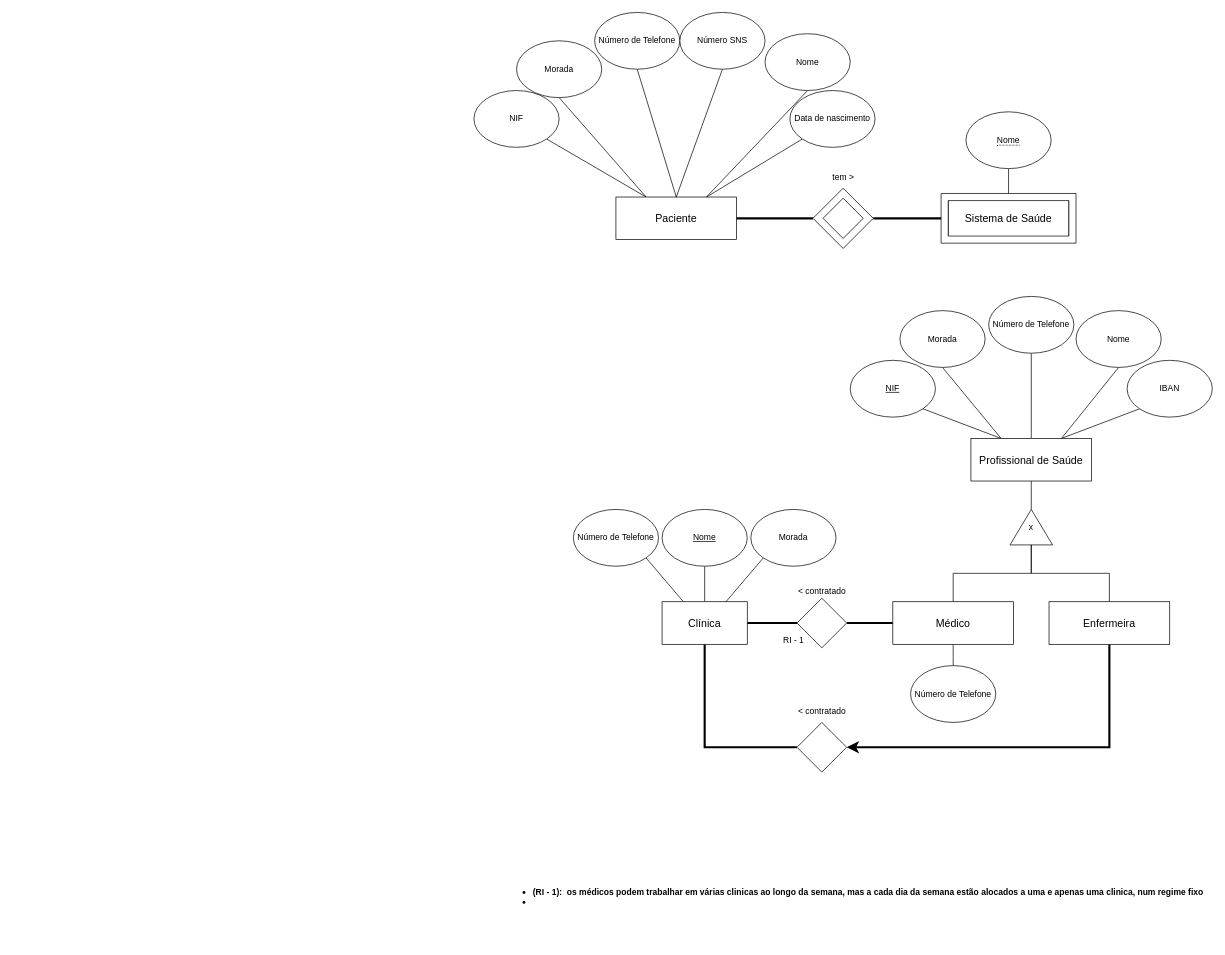
Earlier version of the draw.io diagram page "Page-1" (1 of 2) of diagrams/modelo_EA.drawio (Zane-dev16/BD-projeto-E1). Source tidied: cells renumbered, new cells numbered last; positions are measured from the earlier drawing's top-left corner, leaving out a move shared by most shapes. Both pictures are drawn from the tidied source at 71%, with x=0, y=0 at pixel (474, 12).
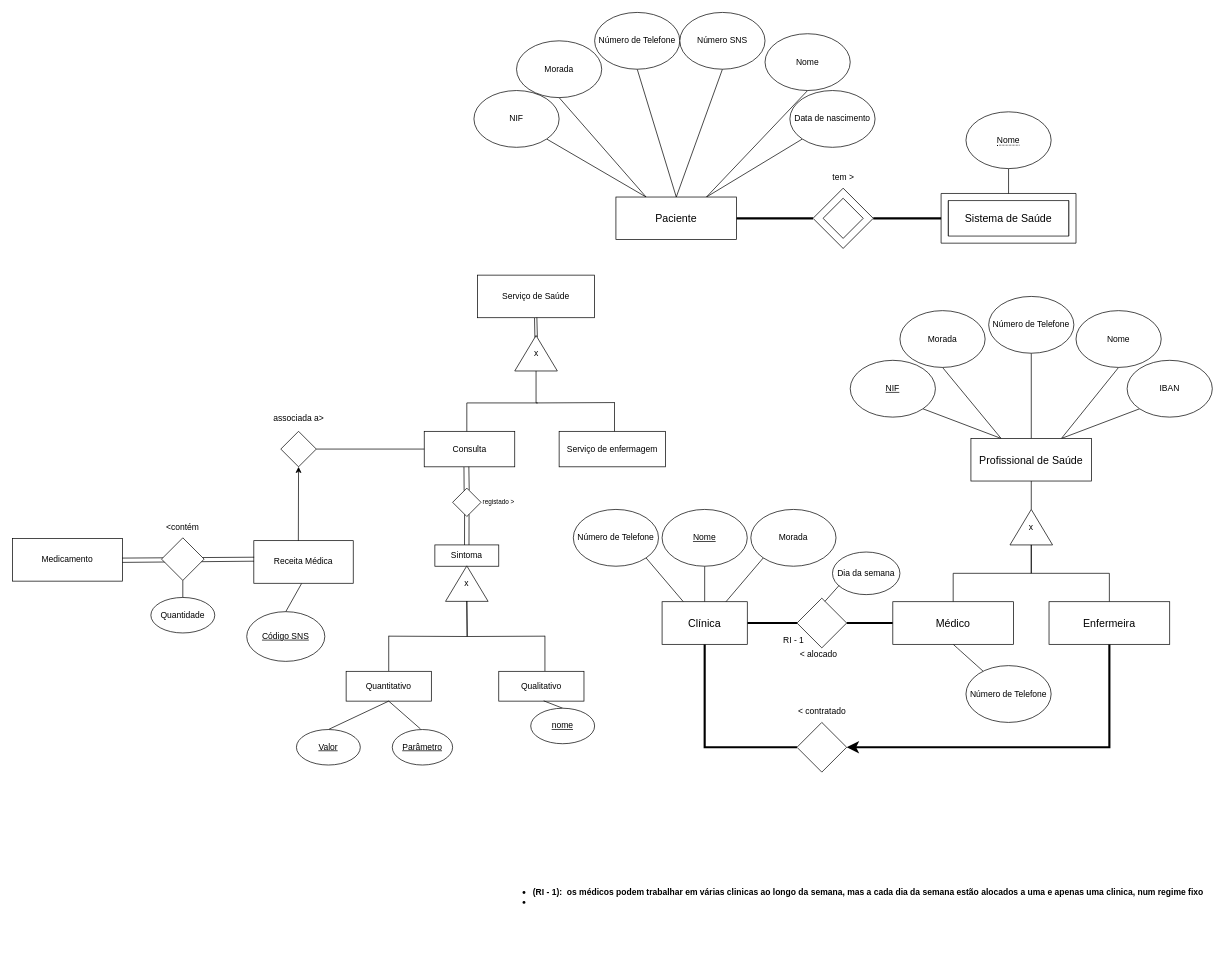
The same diagram, later.

Commit message:
maioria das entidades criadas

Unchanged cells that the change refers to:
```xml
<mxCell id="15" style="rhombus;whiteSpace=wrap;html=1;labelBackgroundColor=none;" parent="1" vertex="1">
  <mxGeometry x="455" y="825" width="70" height="70" as="geometry" />
</mxCell>
```

Change to the diagram source:
```diff
@@
-    <mxCell id="33" value="&amp;lt; contratado" style="text;html=1;align=center;verticalAlign=middle;strokeColor=none;fillColor=none;labelBackgroundColor=none;" parent="1" vertex="1">
-      <mxGeometry x="445" y="800" width="90" height="30" as="geometry" />
+    <mxCell id="33" value="&amp;lt; alocado" style="text;html=1;align=center;verticalAlign=middle;strokeColor=none;fillColor=none;labelBackgroundColor=none;" parent="1" vertex="1">
+      <mxGeometry x="445" y="890" width="80" height="30" as="geometry" />
     </mxCell>
@@
     <mxCell id="56" value="Número de Telefone" style="ellipse;whiteSpace=wrap;html=1;labelBackgroundColor=none;" parent="1" vertex="1">
-      <mxGeometry x="615" y="920" width="120" height="80" as="geometry" />
+      <mxGeometry x="693" y="920" width="120" height="80" as="geometry" />
     </mxCell>
@@
+    <mxCell id="59" value="Dia da semana" style="ellipse;whiteSpace=wrap;html=1;" parent="1" vertex="1">
+      <mxGeometry x="505" y="760" width="95" height="60" as="geometry" />
+    </mxCell>
+    <mxCell id="60" style="endArrow=none;html=1;rounded=0;exitX=0.562;exitY=0.064;exitDx=0;exitDy=0;exitPerimeter=0;entryX=0.097;entryY=0.787;entryDx=0;entryDy=0;entryPerimeter=0;" parent="1" edge="1" source="15" target="59">
+      <mxGeometry relative="1" as="geometry" />
+    </mxCell>
+    <mxCell id="61" style="group;" parent="1" vertex="1">
+      <mxGeometry x="-70" y="370" width="340" height="275" as="geometry" />
+    </mxCell>
+    <mxCell id="62" value="Serviço de Saúde" style="rounded=0;whiteSpace=wrap;html=1;" parent="61" vertex="1">
+      <mxGeometry x="75" width="165" height="60" as="geometry" />
+    </mxCell>
+    <mxCell id="63" value="x" style="triangle;whiteSpace=wrap;html=1;direction=north;rotation=0;labelBackgroundColor=none;" parent="61" vertex="1">
+      <mxGeometry x="127.5" y="85" width="60" height="50" as="geometry" />
+    </mxCell>
+    <mxCell id="64" style="endArrow=none;html=1;rounded=0;entryX=0.487;entryY=1.007;entryDx=0;entryDy=0;exitX=0.942;exitY=0.473;exitDx=0;exitDy=0;exitPerimeter=0;entryPerimeter=0;" parent="61" edge="1" source="63" target="62">
+      <mxGeometry relative="1" as="geometry" />
+    </mxCell>
+    <mxCell id="65" style="endArrow=none;html=1;rounded=0;exitX=0.954;exitY=0.531;exitDx=0;exitDy=0;exitPerimeter=0;entryX=0.507;entryY=0.997;entryDx=0;entryDy=0;entryPerimeter=0;" parent="61" edge="1" source="63" target="62">
+      <mxGeometry relative="1" as="geometry" />
+    </mxCell>
+    <mxCell id="66" style="edgeStyle=orthogonalEdgeStyle;rounded=0;jettySize=auto;html=1;exitX=0.5;exitY=0;exitDx=0;exitDy=0;endArrow=none;endFill=0;labelBackgroundColor=none;fontColor=default;entryX=0;entryY=0.5;entryDx=0;entryDy=0;" parent="61" edge="1" target="63">
+      <mxGeometry relative="1" as="geometry">
+        <mxPoint x="268" y="179.5" as="sourcePoint" />
+      </mxGeometry>
+    </mxCell>
+    <mxCell id="67" style="endArrow=none;html=1;rounded=0;" parent="61" edge="1">
+      <mxGeometry relative="1" as="geometry">
+        <mxPoint x="60" y="180" as="sourcePoint" />
+        <mxPoint x="160" y="180" as="targetPoint" />
+      </mxGeometry>
+    </mxCell>
+    <mxCell id="68" style="endArrow=none;html=1;rounded=0;" parent="61" edge="1">
+      <mxGeometry relative="1" as="geometry">
+        <mxPoint x="60" y="230" as="sourcePoint" />
+        <mxPoint x="60" y="180" as="targetPoint" />
+      </mxGeometry>
+    </mxCell>
+    <mxCell id="69" style="endArrow=none;html=1;rounded=0;" parent="61" edge="1">
+      <mxGeometry relative="1" as="geometry">
+        <mxPoint x="268" y="229" as="sourcePoint" />
+        <mxPoint x="268" y="179" as="targetPoint" />
+      </mxGeometry>
+    </mxCell>
+    <mxCell id="70" value="Consulta" style="rounded=0;whiteSpace=wrap;html=1;" parent="61" vertex="1">
+      <mxGeometry y="220" width="127.5" height="50" as="geometry" />
+    </mxCell>
+    <mxCell id="71" value="Serviço de enfermagem" style="rounded=0;whiteSpace=wrap;html=1;" parent="61" vertex="1">
+      <mxGeometry x="190" y="220" width="150" height="50" as="geometry" />
+    </mxCell>
+    <mxCell id="72" style="group;" parent="1" vertex="1">
+      <mxGeometry x="-650" y="740" width="480" height="174" as="geometry" />
+    </mxCell>
+    <mxCell id="73" value="Medicamento" style="rounded=0;whiteSpace=wrap;html=1;" parent="72" vertex="1">
+      <mxGeometry y="1" width="155" height="60" as="geometry" />
+    </mxCell>
+    <mxCell id="74" value="Receita Médica" style="rounded=0;whiteSpace=wrap;html=1;" parent="72" vertex="1">
+      <mxGeometry x="340" y="4" width="140" height="60" as="geometry" />
+    </mxCell>
+    <mxCell id="75" style="endArrow=none;html=1;rounded=0;entryX=-0.004;entryY=0.388;entryDx=0;entryDy=0;entryPerimeter=0;exitX=0.997;exitY=0.459;exitDx=0;exitDy=0;exitPerimeter=0;" parent="72" edge="1" source="73">
+      <mxGeometry relative="1" as="geometry">
+        <mxPoint x="340.5" y="27.3" as="targetPoint" />
+      </mxGeometry>
+    </mxCell>
+    <mxCell id="76" style="endArrow=none;html=1;rounded=0;exitX=0.999;exitY=0.56;exitDx=0;exitDy=0;exitPerimeter=0;entryX=0.002;entryY=0.482;entryDx=0;entryDy=0;entryPerimeter=0;" parent="72" edge="1" source="73" target="74">
+      <mxGeometry relative="1" as="geometry" />
+    </mxCell>
+    <mxCell id="77" style="rhombus;whiteSpace=wrap;html=1;" parent="72" vertex="1">
+      <mxGeometry x="210" width="60" height="60" as="geometry" />
+    </mxCell>
+    <mxCell id="78" style="endArrow=none;html=1;rounded=0;entryX=0.5;entryY=1;entryDx=0;entryDy=0;" parent="72" edge="1" source="79" target="77">
+      <mxGeometry relative="1" as="geometry" />
+    </mxCell>
+    <mxCell id="79" value="Quantidade" style="ellipse;whiteSpace=wrap;html=1;" parent="72" vertex="1">
+      <mxGeometry x="195" y="84" width="90" height="50" as="geometry" />
+    </mxCell>
+    <mxCell id="80" style="endArrow=none;html=1;rounded=0;entryX=0.48;entryY=1.008;entryDx=0;entryDy=0;entryPerimeter=0;exitX=0.5;exitY=0;exitDx=0;exitDy=0;" parent="72" edge="1" source="81" target="74">
+      <mxGeometry relative="1" as="geometry" />
+    </mxCell>
+    <mxCell id="81" value="&lt;u&gt;Código SNS&lt;/u&gt;" style="ellipse;whiteSpace=wrap;html=1;" parent="72" vertex="1">
+      <mxGeometry x="330" y="104" width="110" height="70" as="geometry" />
+    </mxCell>
+    <mxCell id="82" style="rhombus;whiteSpace=wrap;html=1;" parent="1" vertex="1">
+      <mxGeometry x="-272" y="590" width="50" height="50" as="geometry" />
+    </mxCell>
+    <mxCell id="83" style="endArrow=classic;html=1;rounded=0;exitX=0.448;exitY=0.002;exitDx=0;exitDy=0;exitPerimeter=0;entryX=0.5;entryY=1;entryDx=0;entryDy=0;" parent="1" edge="1" source="74" target="82">
+      <mxGeometry relative="1" as="geometry" />
+    </mxCell>
+    <mxCell id="84" style="endArrow=none;html=1;rounded=0;exitX=1;exitY=0.5;exitDx=0;exitDy=0;entryX=0;entryY=0.5;entryDx=0;entryDy=0;" parent="1" edge="1" source="82" target="70">
+      <mxGeometry relative="1" as="geometry" />
+    </mxCell>
+    <mxCell id="85" value="&amp;lt;contém" style="text;html=1;align=center;verticalAlign=middle;whiteSpace=wrap;rounded=0;" parent="1" vertex="1">
+      <mxGeometry x="-440" y="710" width="60" height="30" as="geometry" />
+    </mxCell>
+    <mxCell id="86" value="associada a&amp;gt;" style="text;html=1;align=center;verticalAlign=middle;whiteSpace=wrap;rounded=0;" parent="1" vertex="1">
+      <mxGeometry x="-285" y="557" width="77" height="30" as="geometry" />
+    </mxCell>
+    <mxCell id="87" style="endArrow=none;html=1;rounded=0;exitX=0.584;exitY=0.073;exitDx=0;exitDy=0;exitPerimeter=0;entryX=0.493;entryY=0.999;entryDx=0;entryDy=0;entryPerimeter=0;" parent="1" edge="1" source="88" target="70">
+      <mxGeometry relative="1" as="geometry" />
+    </mxCell>
+    <mxCell id="88" style="rhombus;whiteSpace=wrap;html=1;" parent="1" vertex="1">
+      <mxGeometry x="-30" y="670" width="40" height="40" as="geometry" />
+    </mxCell>
+    <mxCell id="89" style="endArrow=none;html=1;rounded=0;entryX=0.439;entryY=1.006;entryDx=0;entryDy=0;entryPerimeter=0;exitX=0.405;exitY=0.089;exitDx=0;exitDy=0;exitPerimeter=0;" parent="1" edge="1" source="88" target="70">
+      <mxGeometry relative="1" as="geometry" />
+    </mxCell>
+    <mxCell id="90" style="endArrow=none;html=1;rounded=0;entryX=0.421;entryY=0.923;entryDx=0;entryDy=0;entryPerimeter=0;exitX=0.464;exitY=0.03;exitDx=0;exitDy=0;exitPerimeter=0;" parent="1" edge="1" source="92" target="88">
+      <mxGeometry relative="1" as="geometry" />
+    </mxCell>
+    <mxCell id="91" style="endArrow=none;html=1;rounded=0;entryX=0.579;entryY=0.922;entryDx=0;entryDy=0;entryPerimeter=0;exitX=0.534;exitY=0.001;exitDx=0;exitDy=0;exitPerimeter=0;" parent="1" edge="1" source="92" target="88">
+      <mxGeometry relative="1" as="geometry" />
+    </mxCell>
+    <mxCell id="92" value="Sintoma" style="rounded=0;whiteSpace=wrap;html=1;" parent="1" vertex="1">
+      <mxGeometry x="-55" y="750" width="90" height="30" as="geometry" />
+    </mxCell>
+    <mxCell id="93" value="registado &amp;gt;" style="text;html=1;align=center;verticalAlign=middle;whiteSpace=wrap;rounded=0;fontSize=9;" parent="1" vertex="1">
+      <mxGeometry y="680" width="70" height="20" as="geometry" />
+    </mxCell>
+    <mxCell id="94" value="x" style="triangle;whiteSpace=wrap;html=1;direction=north;rotation=0;labelBackgroundColor=none;" parent="1" vertex="1">
+      <mxGeometry x="-40" y="779.5" width="60" height="50" as="geometry" />
+    </mxCell>
+    <mxCell id="95" style="group;" parent="1" vertex="1">
+      <mxGeometry x="-120" y="829" width="220" height="99" as="geometry" />
+    </mxCell>
+    <mxCell id="96" style="edgeStyle=orthogonalEdgeStyle;rounded=0;orthogonalLoop=1;jettySize=auto;html=1;exitX=0.5;exitY=0;exitDx=0;exitDy=0;endArrow=none;endFill=0;labelBackgroundColor=none;fontColor=default;" parent="95" edge="1">
+      <mxGeometry relative="1" as="geometry">
+        <mxPoint x="220" y="49.5" as="sourcePoint" />
+        <mxPoint x="110" as="targetPoint" />
+      </mxGeometry>
+    </mxCell>
+    <mxCell id="97" style="edgeStyle=orthogonalEdgeStyle;rounded=0;orthogonalLoop=1;jettySize=auto;html=1;exitX=0.5;exitY=0;exitDx=0;exitDy=0;endArrow=none;endFill=0;labelBackgroundColor=none;fontColor=default;" parent="95" edge="1">
+      <mxGeometry relative="1" as="geometry">
+        <mxPoint y="49.5" as="sourcePoint" />
+        <mxPoint x="110" as="targetPoint" />
+      </mxGeometry>
+    </mxCell>
+    <mxCell id="98" style="endArrow=none;html=1;rounded=0;" parent="95" edge="1">
+      <mxGeometry relative="1" as="geometry">
+        <mxPoint y="99" as="sourcePoint" />
+        <mxPoint y="49" as="targetPoint" />
+      </mxGeometry>
+    </mxCell>
+    <mxCell id="99" style="endArrow=none;html=1;rounded=0;" parent="95" edge="1">
+      <mxGeometry relative="1" as="geometry">
+        <mxPoint x="220" y="99" as="sourcePoint" />
+        <mxPoint x="220" y="49" as="targetPoint" />
+      </mxGeometry>
+    </mxCell>
+    <mxCell id="100" value="Quantitativo" style="rounded=0;whiteSpace=wrap;html=1;" parent="1" vertex="1">
+      <mxGeometry x="-180" y="928" width="120" height="42" as="geometry" />
+    </mxCell>
+    <mxCell id="101" value="Qualitativo" style="rounded=0;whiteSpace=wrap;html=1;" parent="1" vertex="1">
+      <mxGeometry x="35" y="928" width="120" height="42" as="geometry" />
+    </mxCell>
+    <mxCell id="102" style="endArrow=none;html=1;rounded=0;entryX=0.5;entryY=1;entryDx=0;entryDy=0;exitX=0.5;exitY=0;exitDx=0;exitDy=0;" parent="1" edge="1" source="103" target="100">
+      <mxGeometry relative="1" as="geometry" />
+    </mxCell>
+    <mxCell id="103" value="&lt;u&gt;Valor&lt;/u&gt;" style="ellipse;whiteSpace=wrap;html=1;" parent="1" vertex="1">
+      <mxGeometry x="-250" y="1010" width="90" height="50" as="geometry" />
+    </mxCell>
+    <mxCell id="104" value="&lt;u&gt;Parâmetro&lt;/u&gt;" style="ellipse;whiteSpace=wrap;html=1;" parent="1" vertex="1">
+      <mxGeometry x="-115" y="1010" width="85" height="50" as="geometry" />
+    </mxCell>
+    <mxCell id="105" style="endArrow=none;html=1;rounded=0;exitX=0.5;exitY=1;exitDx=0;exitDy=0;entryX=0.467;entryY=-0.017;entryDx=0;entryDy=0;entryPerimeter=0;" parent="1" edge="1" source="100" target="104">
+      <mxGeometry relative="1" as="geometry" />
+    </mxCell>
+    <mxCell id="106" style="endArrow=none;html=1;rounded=0;entryX=0.527;entryY=0.99;entryDx=0;entryDy=0;entryPerimeter=0;exitX=0.5;exitY=0;exitDx=0;exitDy=0;" parent="1" edge="1" source="107" target="101">
+      <mxGeometry relative="1" as="geometry" />
+    </mxCell>
+    <mxCell id="107" value="&lt;u&gt;nome&lt;/u&gt;" style="ellipse;whiteSpace=wrap;html=1;" parent="1" vertex="1">
+      <mxGeometry x="80" y="980" width="90" height="50" as="geometry" />
+    </mxCell>
```
